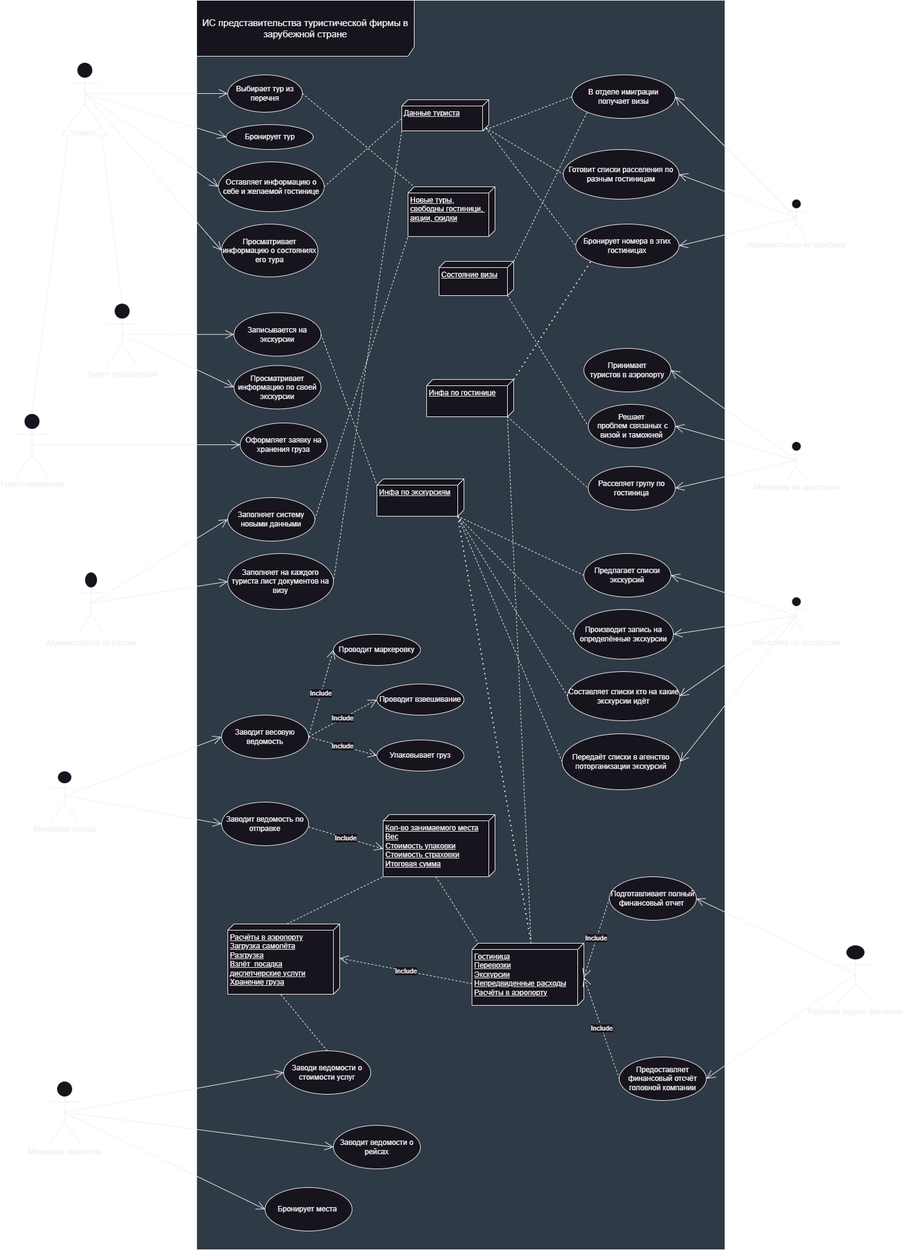
mattakvshi/course-oracle-SQL-PLSQL-development-SMLab keeps this draw.io diagram as Диаграммы png/TouristUseCase.png. Above is the earlier version. Source tidied: cells renumbered, new cells last; positions are measured from the earlier drawing's top-left corner, leaving out a move shared by most shapes.
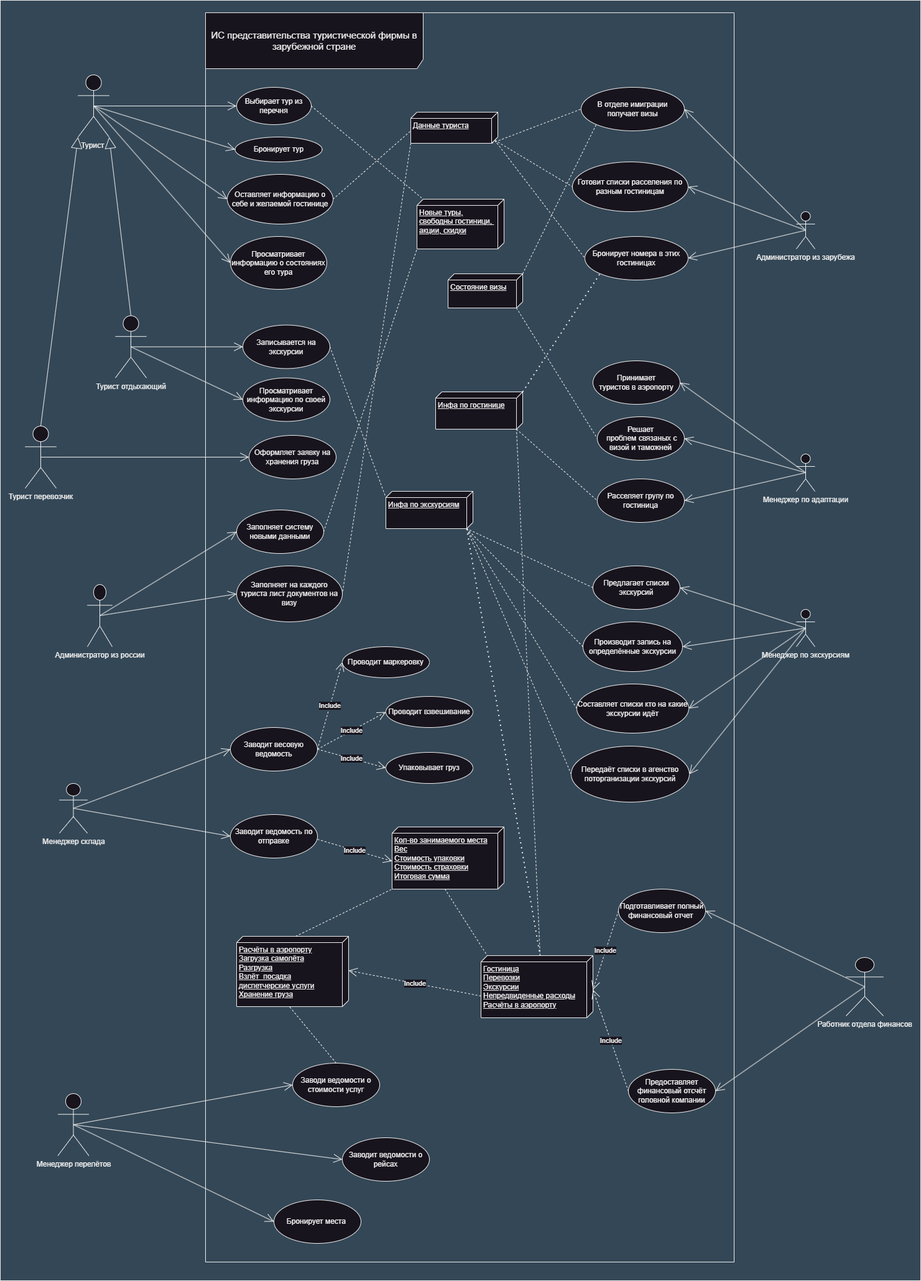
Later version of the same file.

The edit, as a diff of the source:
```diff
@@ -2,10 +2,13 @@
   <root>
     <mxCell id="0" />
     <mxCell id="1" parent="0" />
+    <mxCell id="106" style="rounded=0;whiteSpace=wrap;html=1;fillColor=#344756;" parent="1" vertex="1">
+      <mxGeometry x="-40" y="-20" width="1480" height="2060" as="geometry" />
+    </mxCell>
     <mxCell id="2" value="Турист&amp;nbsp;" style="shape=umlActor;verticalLabelPosition=bottom;verticalAlign=top;html=1;" parent="1" vertex="1">
       <mxGeometry x="85" y="100" width="50" height="100" as="geometry" />
     </mxCell>
-    <mxCell id="3" value="&lt;font style=&quot;font-size: 15px;&quot;&gt;ИС представительства туристической фирмы в зарубежной стране&lt;/font&gt;" style="shape=umlFrame;whiteSpace=wrap;html=1;width=350;height=90;labelBackgroundColor=default;swimlaneFillColor=#2F3A47;" parent="1" vertex="1">
+    <mxCell id="3" value="&lt;font style=&quot;font-size: 15px;&quot;&gt;ИС представительства туристической фирмы в зарубежной стране&lt;/font&gt;" style="shape=umlFrame;whiteSpace=wrap;html=1;width=350;height=90;labelBackgroundColor=default;" parent="1" vertex="1">
       <mxGeometry x="290" width="850" height="2010" as="geometry" />
     </mxCell>
     <mxCell id="4" value="Администратор из россии" style="shape=umlActor;verticalLabelPosition=bottom;verticalAlign=top;html=1;" parent="1" vertex="1">
```
